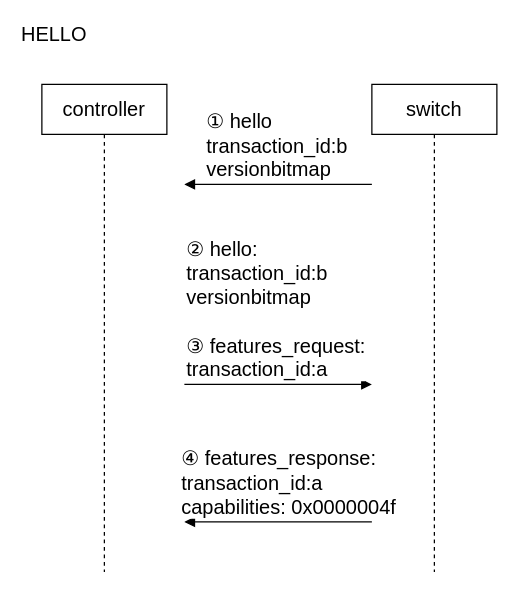
Earlier version of the draw.io diagram page "openflow-hello" (1 of 8) of SDN.drawio (waterwatermelon/graph). Source tidied: cells renumbered, new cells numbered last; positions are measured from the earlier drawing's top-left corner, leaving out a move shared by most shapes. Both pictures are drawn from the tidied source at 125%, with x=0, y=0 at pixel (29, 21).
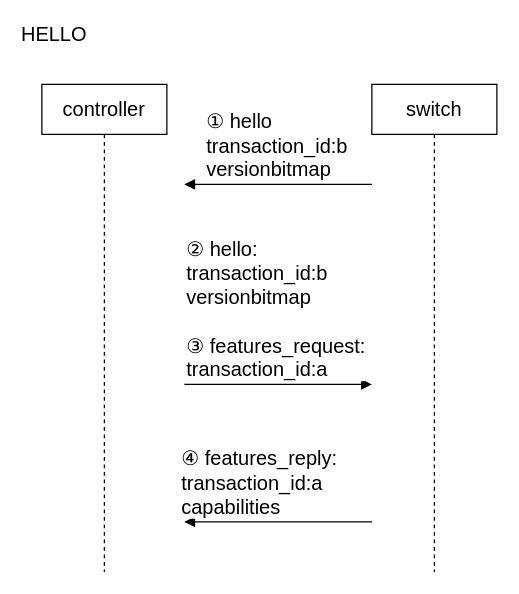
The same page after the edit.

Change to the diagram source:
```diff
@@
 <mxGraphModel>
   <root>
     <mxCell id="0" />
     <mxCell id="1" parent="0" />
     <mxCell id="2" value="HELLO" style="text;html=1;strokeColor=none;fillColor=none;align=center;verticalAlign=middle;whiteSpace=wrap;rounded=0;fontSize=16;" parent="1" vertex="1">
       <mxGeometry width="40" height="20" as="geometry" />
     </mxCell>
     <mxCell id="3" value="controller" style="shape=umlLifeline;perimeter=lifelinePerimeter;whiteSpace=wrap;html=1;fontSize=16;" parent="1" vertex="1">
       <mxGeometry x="10" y="50" width="100" height="390" as="geometry" />
     </mxCell>
     <mxCell id="4" value="switch" style="shape=umlLifeline;perimeter=lifelinePerimeter;whiteSpace=wrap;html=1;fontSize=16;" parent="1" vertex="1">
       <mxGeometry x="274" y="50" width="100" height="390" as="geometry" />
     </mxCell>
     <mxCell id="5" value="① hello&lt;br&gt;&lt;div&gt;transaction_id:b&lt;/div&gt;versionbitmap" style="html=1;verticalAlign=bottom;endArrow=block;fontSize=16;align=left;" parent="1" edge="1">
       <mxGeometry x="0.79" relative="1" as="geometry">
         <mxPoint x="274" y="130" as="sourcePoint" />
         <mxPoint x="124" y="130" as="targetPoint" />
       </mxGeometry>
     </mxCell>
-    <mxCell id="6" value="④ features_response:&lt;br&gt;transaction_id:a&lt;br&gt;capabilities: 0x0000004f" style="html=1;verticalAlign=bottom;endArrow=block;fontSize=16;align=left;" parent="1" edge="1">
+    <mxCell id="6" value="④ features_reply:&lt;br&gt;transaction_id:a&lt;br&gt;capabilities" style="html=1;verticalAlign=bottom;endArrow=block;fontSize=16;align=left;" parent="1" edge="1">
       <mxGeometry x="1" y="4" relative="1" as="geometry">
         <mxPoint x="274" y="400" as="sourcePoint" />
         <mxPoint x="124" y="400" as="targetPoint" />
         <mxPoint x="-4" y="-4" as="offset" />
       </mxGeometry>
     </mxCell>
     <mxCell id="7" value="② hello:&lt;br&gt;transaction_id:b&lt;br&gt;&lt;span style=&quot;text-align: center&quot;&gt;versionbitmap&lt;br&gt;&lt;/span&gt;&lt;br&gt;③ features_request:&lt;br&gt;transaction_id:a" style="html=1;verticalAlign=bottom;endArrow=block;fontSize=16;align=left;" parent="1" edge="1">
       <mxGeometry x="-1" relative="1" as="geometry">
         <mxPoint x="124" y="290" as="sourcePoint" />
         <mxPoint x="274" y="290" as="targetPoint" />
       </mxGeometry>
     </mxCell>
   </root>
 </mxGraphModel>
```
